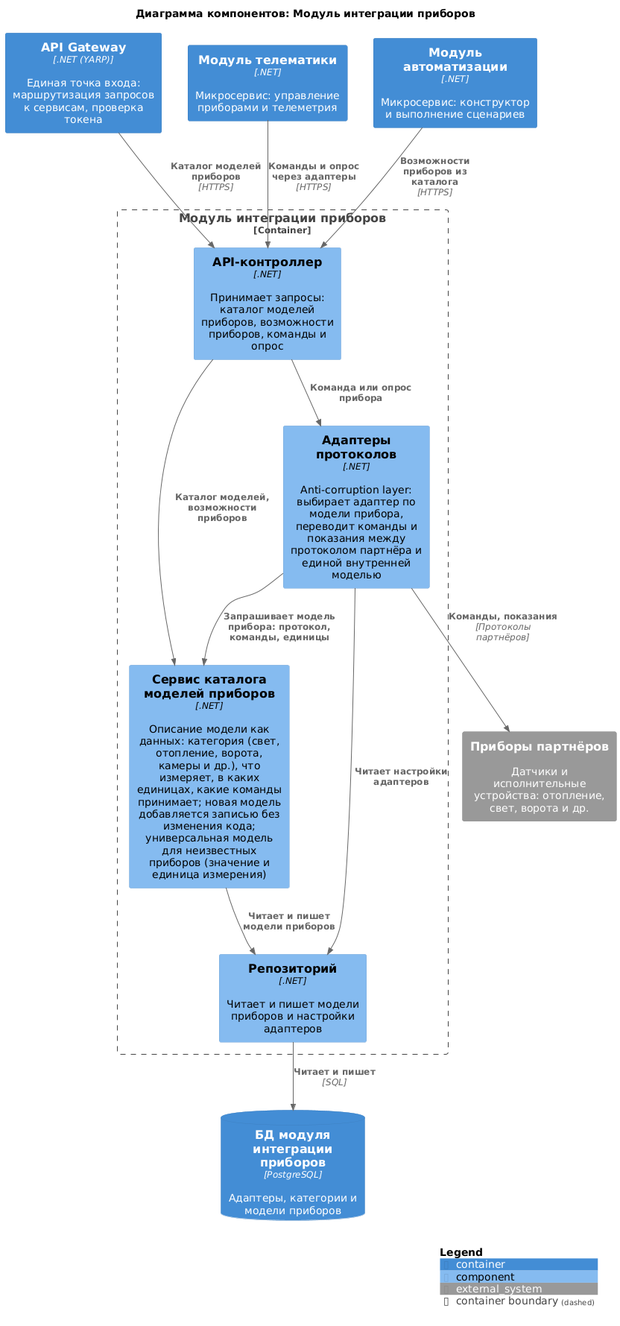
Before: diagrams/components/device-integration.png, a diagram exported from PlantUML (Lyamin-av/architecture-warmhouse).
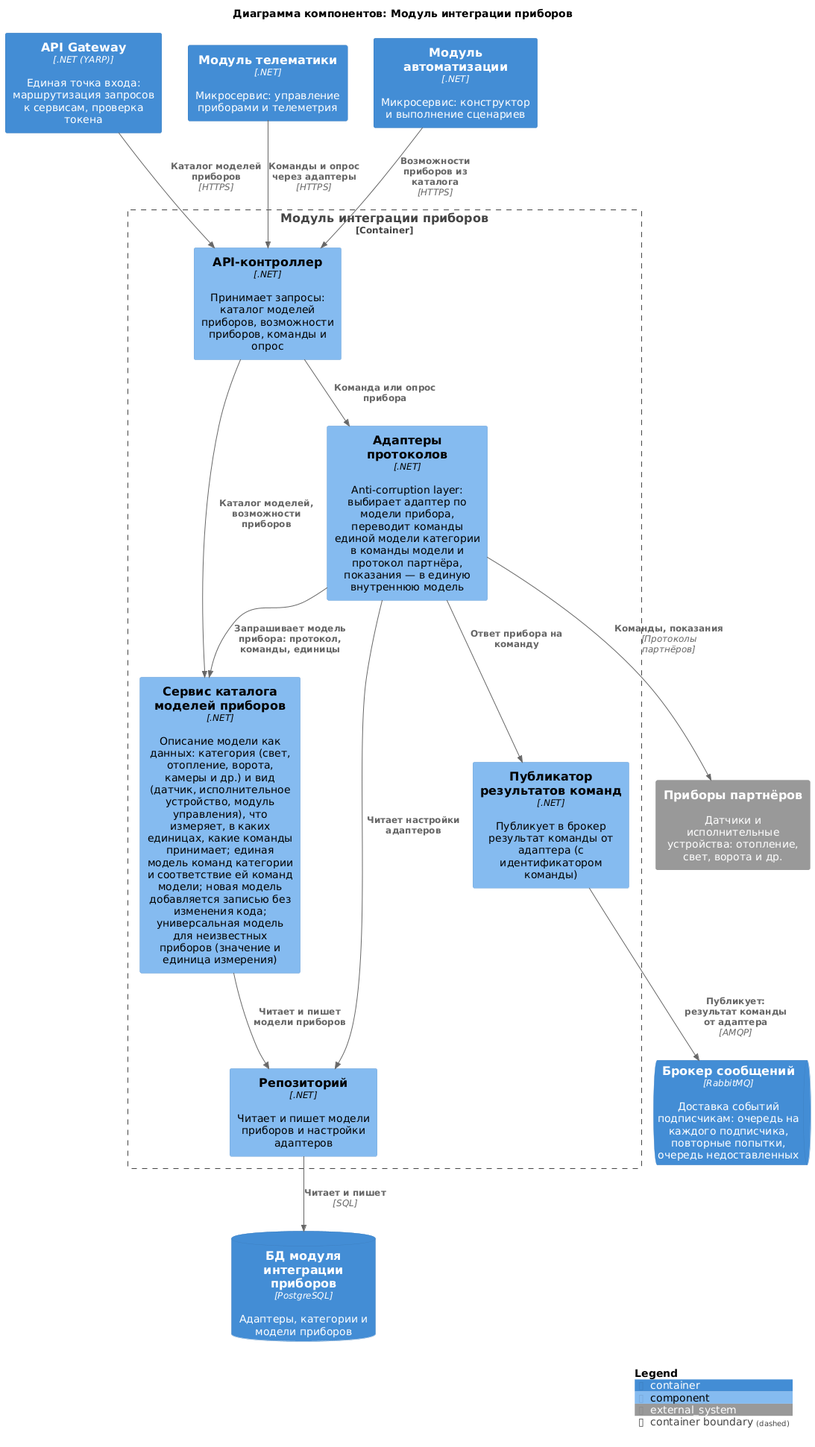
The same diagram one commit later.

Diff of the diagram source:
```diff
@@ -7,12 +7,14 @@
 Container(Telematics, "Модуль телематики", ".NET", "Микросервис: управление приборами и телеметрия")
 Container(Automation, "Модуль автоматизации", ".NET", "Микросервис: конструктор и выполнение сценариев")
 System_Ext(devices, "Приборы партнёров", "Датчики и исполнительные устройства: отопление, свет, ворота и др.")
+ContainerQueue(Broker, "Брокер сообщений", "RabbitMQ", "Доставка событий подписчикам: очередь на каждого подписчика, повторные попытки, очередь недоставленных")
 ContainerDb(dbDIS, "БД модуля интеграции приборов", "PostgreSQL", "Адаптеры, категории и модели приборов")
 
 Container_Boundary(DeviceIntegration, "Модуль интеграции приборов") {
     Component(api, "API-контроллер", ".NET", "Принимает запросы: каталог моделей приборов, возможности приборов, команды и опрос")
-    Component(catalog, "Сервис каталога моделей приборов", ".NET", "Описание модели как данных: категория (свет, отопление, ворота, камеры и др.), что измеряет, в каких единицах, какие команды принимает; новая модель добавляется записью без изменения кода; универсальная модель для неизвестных приборов (значение и единица измерения)")
-    Component(adapters, "Адаптеры протоколов", ".NET", "Anti-corruption layer: выбирает адаптер по модели прибора, переводит команды и показания между протоколом партнёра и единой внутренней моделью")
+    Component(catalog, "Сервис каталога моделей приборов", ".NET", "Описание модели как данных: категория (свет, отопление, ворота, камеры и др.) и вид (датчик, исполнительное устройство, модуль управления), что измеряет, в каких единицах, какие команды принимает; единая модель команд категории и соответствие ей команд модели; новая модель добавляется записью без изменения кода; универсальная модель для неизвестных приборов (значение и единица измерения)")
+    Component(adapters, "Адаптеры протоколов", ".NET", "Anti-corruption layer: выбирает адаптер по модели прибора, переводит команды единой модели категории в команды модели и протокол партнёра, показания — в единую внутреннюю модель")
+    Component(publisher, "Публикатор результатов команд", ".NET", "Публикует в брокер результат команды от адаптера (с идентификатором команды)")
     Component(repo, "Репозиторий", ".NET", "Читает и пишет модели приборов и настройки адаптеров")
 }
 
@@ -24,6 +26,8 @@
 Rel(api, adapters, "Команда или опрос прибора")
 Rel(adapters, catalog, "Запрашивает модель прибора: протокол, команды, единицы")
 Rel(adapters, devices, "Команды, показания", "Протоколы партнёров")
+Rel(adapters, publisher, "Ответ прибора на команду")
+Rel(publisher, Broker, "Публикует: результат команды от адаптера", "AMQP")
 
 Rel(catalog, repo, "Читает и пишет модели приборов")
 Rel(adapters, repo, "Читает настройки адаптеров")
```
